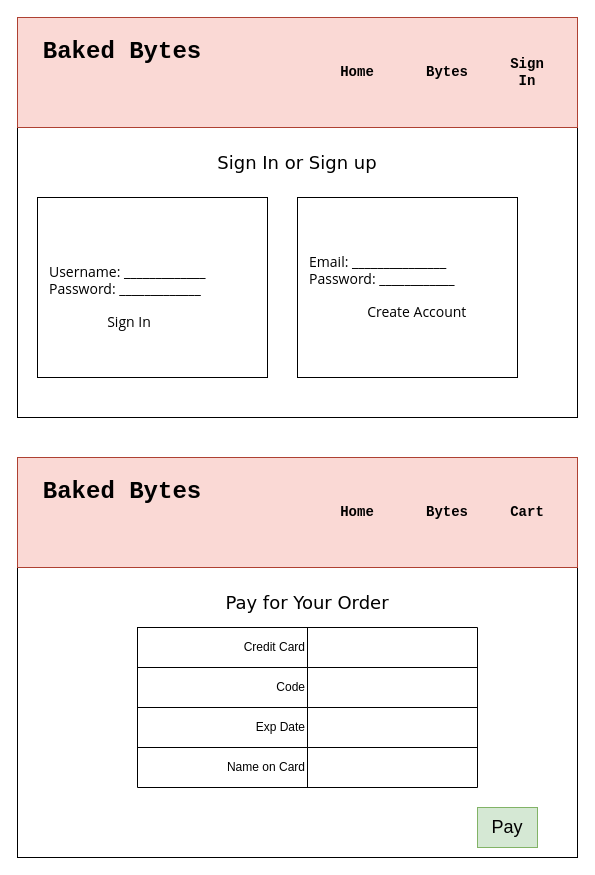
The draw.io diagram auth.drawio in caitlinfcorrigan/baked-bytes, before the edit. Source tidied: cells renumbered, new cells numbered last; positions are measured from the earlier drawing's top-left corner, leaving out a move shared by most shapes. Both pictures are drawn from the tidied source at 100%, with x=0, y=0 at pixel (17, 17).
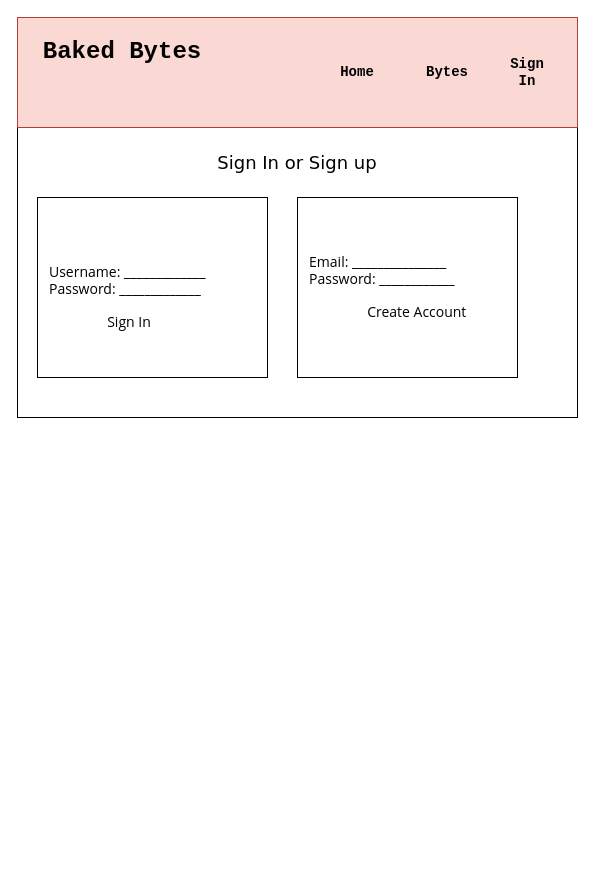
The same diagram, later.

The edit, as a diff of the source:
```diff
@@
-    <mxCell id="10" style="whiteSpace=wrap;html=1;" parent="1" vertex="1">
-      <mxGeometry y="440" width="560" height="400" as="geometry" />
-    </mxCell>
-    <mxCell id="11" style="whiteSpace=wrap;html=1;fontFamily=Courier New;fontSize=14;fillColor=#fad9d5;strokeColor=#ae4132;" parent="1" vertex="1">
-      <mxGeometry y="440" width="560" height="110" as="geometry" />
-    </mxCell>
-    <mxCell id="12" value="&lt;font size=&quot;1&quot; face=&quot;Courier New&quot;&gt;&lt;b style=&quot;font-size: 24px;&quot;&gt;Baked Bytes&lt;/b&gt;&lt;/font&gt;" style="text;strokeColor=none;align=center;fillColor=none;html=1;verticalAlign=middle;whiteSpace=wrap;rounded=0;" parent="1" vertex="1">
-      <mxGeometry x="20" y="460" width="170" height="30" as="geometry" />
-    </mxCell>
-    <mxCell id="13" value="&lt;font size=&quot;1&quot; face=&quot;Courier New&quot;&gt;&lt;b style=&quot;font-size: 14px;&quot;&gt;Home&lt;/b&gt;&lt;/font&gt;" style="text;strokeColor=none;align=center;fillColor=none;html=1;verticalAlign=middle;whiteSpace=wrap;rounded=0;" parent="1" vertex="1">
-      <mxGeometry x="310" y="480" width="60" height="30" as="geometry" />
-    </mxCell>
@@
-    <mxCell id="15" value="&lt;font size=&quot;1&quot; face=&quot;Courier New&quot;&gt;&lt;b style=&quot;font-size: 14px;&quot;&gt;Bytes&lt;/b&gt;&lt;/font&gt;" style="text;strokeColor=none;align=center;fillColor=none;html=1;verticalAlign=middle;whiteSpace=wrap;rounded=0;" parent="1" vertex="1">
-      <mxGeometry x="400" y="480" width="60" height="30" as="geometry" />
-    </mxCell>
-    <mxCell id="16" value="&lt;font face=&quot;Courier New&quot;&gt;&lt;span style=&quot;font-size: 14px;&quot;&gt;&lt;b&gt;Cart&lt;/b&gt;&lt;/span&gt;&lt;/font&gt;" style="text;strokeColor=none;align=center;fillColor=none;html=1;verticalAlign=middle;whiteSpace=wrap;rounded=0;" parent="1" vertex="1">
-      <mxGeometry x="480" y="480" width="60" height="30" as="geometry" />
-    </mxCell>
-    <mxCell id="17" value="&lt;font style=&quot;font-size: 18px;&quot; face=&quot;Verdana&quot;&gt;Pay for Your Order&lt;/font&gt;" style="text;strokeColor=none;align=center;fillColor=none;html=1;verticalAlign=middle;whiteSpace=wrap;rounded=0;fontFamily=Courier New;fontSize=14;" parent="1" vertex="1">
-      <mxGeometry x="200" y="570" width="180" height="30" as="geometry" />
-    </mxCell>
@@
-    <mxCell id="20" style="shape=table;startSize=0;childLayout=tableLayout;" parent="1" vertex="1">
-      <mxGeometry x="120" y="610" width="340" height="160" as="geometry" />
-    </mxCell>
-    <mxCell id="21" style="shape=tableRow;horizontal=0;startSize=0;swimlaneHead=0;swimlaneBody=0;top=0;left=0;bottom=0;right=0;fillColor=none;" parent="20" vertex="1">
-      <mxGeometry width="340" height="40" as="geometry" />
-    </mxCell>
-    <mxCell id="22" value="Credit Card" style="shape=partialRectangle;html=1;whiteSpace=wrap;overflow=hidden;fillColor=none;top=0;left=0;bottom=0;right=0;align=right;" parent="21" vertex="1">
-      <mxGeometry width="170" height="40" as="geometry" />
-    </mxCell>
-    <mxCell id="23" style="shape=partialRectangle;html=1;whiteSpace=wrap;overflow=hidden;fillColor=none;top=0;left=0;bottom=0;right=0;" parent="21" vertex="1">
-      <mxGeometry x="170" width="170" height="40" as="geometry" />
-    </mxCell>
-    <mxCell id="24" style="shape=tableRow;horizontal=0;startSize=0;swimlaneHead=0;swimlaneBody=0;top=0;left=0;bottom=0;right=0;fillColor=none;" parent="20" vertex="1">
-      <mxGeometry y="40" width="340" height="40" as="geometry" />
-    </mxCell>
-    <mxCell id="25" value="Code" style="shape=partialRectangle;html=1;whiteSpace=wrap;overflow=hidden;fillColor=none;top=0;left=0;bottom=0;right=0;align=right;" parent="24" vertex="1">
-      <mxGeometry width="170" height="40" as="geometry" />
-    </mxCell>
-    <mxCell id="26" style="shape=partialRectangle;html=1;whiteSpace=wrap;overflow=hidden;fillColor=none;top=0;left=0;bottom=0;right=0;" parent="24" vertex="1">
-      <mxGeometry x="170" width="170" height="40" as="geometry" />
-    </mxCell>
-    <mxCell id="27" style="shape=tableRow;horizontal=0;startSize=0;swimlaneHead=0;swimlaneBody=0;top=0;left=0;bottom=0;right=0;fillColor=none;" parent="20" vertex="1">
-      <mxGeometry y="80" width="340" height="40" as="geometry" />
-    </mxCell>
-    <mxCell id="28" value="Exp Date" style="shape=partialRectangle;html=1;whiteSpace=wrap;overflow=hidden;fillColor=none;top=0;left=0;bottom=0;right=0;align=right;" parent="27" vertex="1">
-      <mxGeometry width="170" height="40" as="geometry" />
-    </mxCell>
-    <mxCell id="29" style="shape=partialRectangle;html=1;whiteSpace=wrap;overflow=hidden;fillColor=none;top=0;left=0;bottom=0;right=0;" parent="27" vertex="1">
-      <mxGeometry x="170" width="170" height="40" as="geometry" />
-    </mxCell>
-    <mxCell id="30" style="shape=tableRow;horizontal=0;startSize=0;swimlaneHead=0;swimlaneBody=0;top=0;left=0;bottom=0;right=0;fillColor=none;" parent="20" vertex="1">
-      <mxGeometry y="120" width="340" height="40" as="geometry" />
-    </mxCell>
-    <mxCell id="31" value="Name on Card" style="shape=partialRectangle;html=1;whiteSpace=wrap;overflow=hidden;fillColor=none;top=0;left=0;bottom=0;right=0;align=right;" parent="30" vertex="1">
-      <mxGeometry width="170" height="40" as="geometry" />
-    </mxCell>
-    <mxCell id="32" style="shape=partialRectangle;html=1;whiteSpace=wrap;overflow=hidden;fillColor=none;top=0;left=0;bottom=0;right=0;" parent="30" vertex="1">
-      <mxGeometry x="170" width="170" height="40" as="geometry" />
-    </mxCell>
-    <mxCell id="33" value="&lt;font style=&quot;font-size: 18px;&quot;&gt;Pay&lt;/font&gt;" style="text;strokeColor=#82b366;align=center;fillColor=#d5e8d4;html=1;verticalAlign=middle;whiteSpace=wrap;rounded=0;" parent="1" vertex="1">
-      <mxGeometry x="460" y="790" width="60" height="40" as="geometry" />
-    </mxCell>
```
